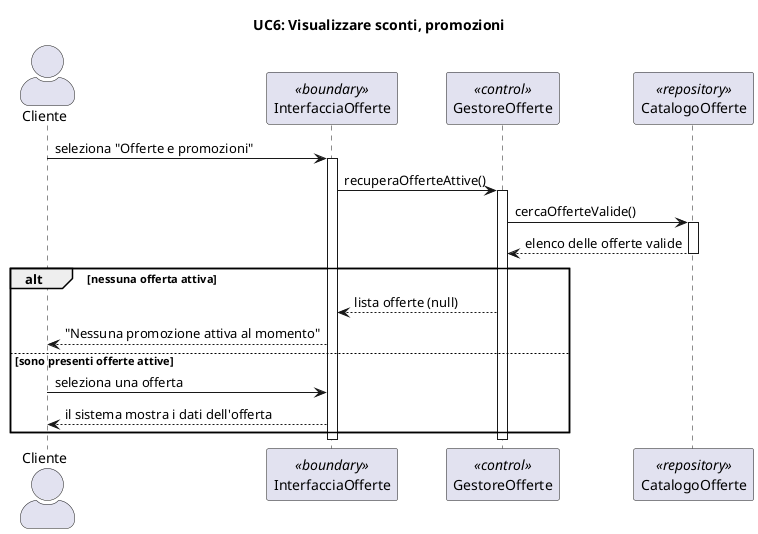
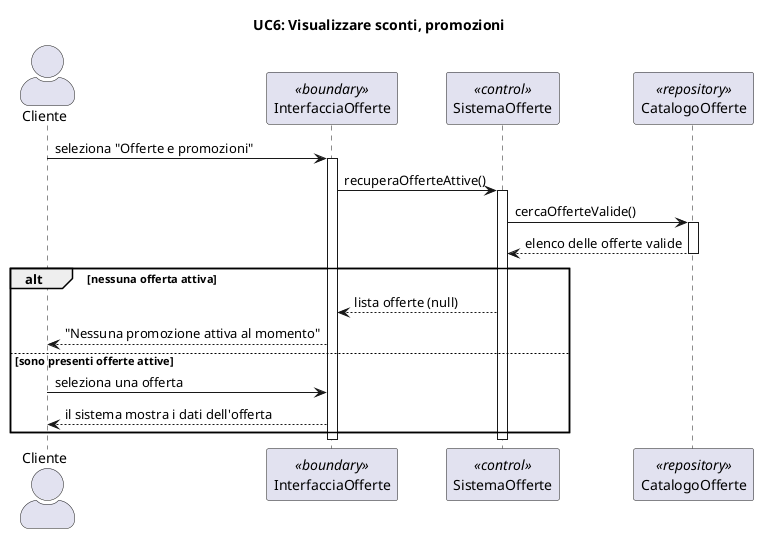
@startuml

skinparam actorStyle awesome
title UC6: Visualizzare sconti, promozioni

actor Cliente
participant "InterfacciaOfferte" as Boundary <<boundary>>
- participant "GestoreOfferte" as Control <<control>>
+ participant "SistemaOfferte" as Control <<control>>
participant "CatalogoOfferte" as Repo <<repository>>

Cliente -> Boundary : seleziona "Offerte e promozioni"
activate Boundary

Boundary -> Control : recuperaOfferteAttive()
activate Control

Control -> Repo : cercaOfferteValide()
activate Repo
Repo --> Control : elenco delle offerte valide
deactivate Repo


alt nessuna offerta attiva

    Control --> Boundary : lista offerte (null)
    Boundary --> Cliente : "Nessuna promozione attiva al momento"
else sono presenti offerte attive
    Cliente -> Boundary : seleziona una offerta
    Boundary--> Cliente : il sistema mostra i dati dell'offerta
end

deactivate Control
deactivate Boundary

@enduml
